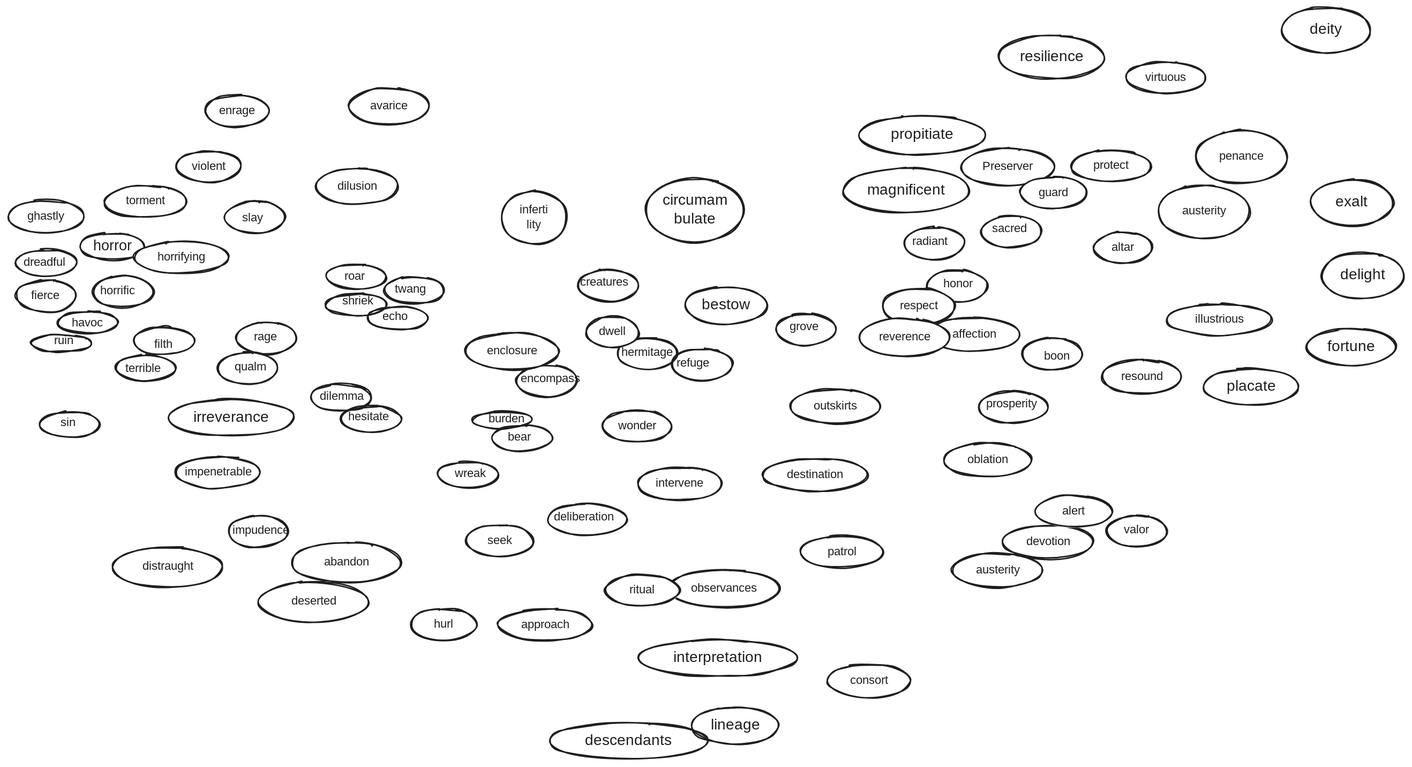
Earlier version of the Excalidraw export assets/ramayana/excalidraws/words.excalidraw.svg (samratkar/samratkar.github.io). Source tidied: one line per element, renumbered; positions are measured from the earlier drawing's top-left corner, leaving out a move shared by most shapes.
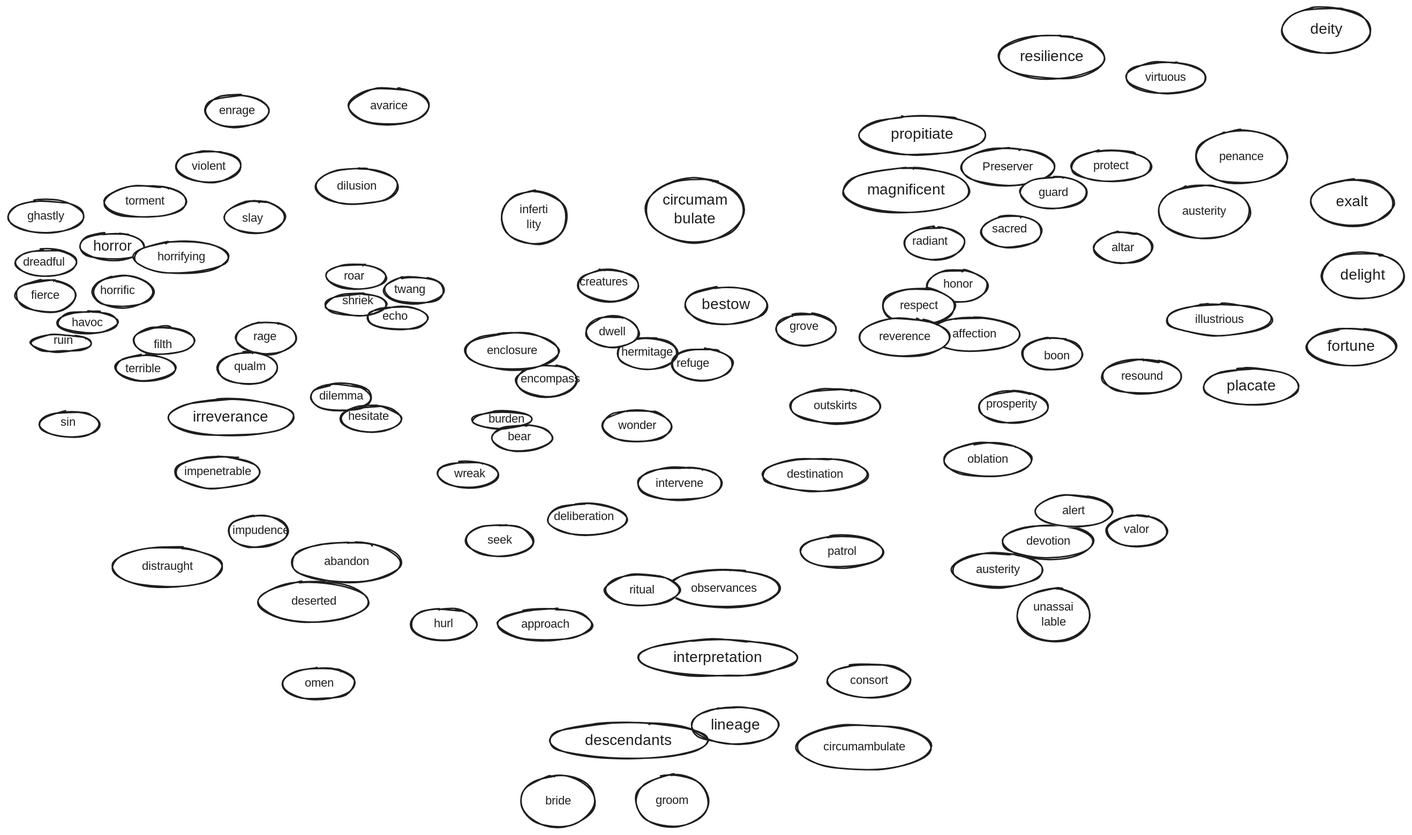
The same diagram one commit later.

The edit, as a diff of the source:
```diff
@@ -176,3 +176,13 @@
 {"id": 175, "type": "text", "text": "deity", "strokeColor": "#1e1e1e", "strokeWidth": 2, "roughness": 1, "fontSize": 20, "fontFamily": 5, "textAlign": "center", "verticalAlign": "middle", "inside": 174, "x": 1734, "y": 17, "width": 49, "height": 25}
 {"id": 176, "type": "ellipse", "strokeColor": "#1e1e1e", "strokeWidth": 2, "roughness": 1, "round": true, "x": 851, "y": 228, "width": 131, "height": 85}
 {"id": 177, "type": "text", "text": "circumam\nbulate", "strokeColor": "#1e1e1e", "strokeWidth": 2, "roughness": 1, "fontSize": 20, "fontFamily": 5, "textAlign": "center", "verticalAlign": "middle", "inside": 176, "x": 875, "y": 245, "width": 82, "height": 50}
+{"id": 178, "type": "ellipse", "strokeColor": "#1e1e1e", "strokeWidth": 2, "roughness": 1, "round": true, "x": 685, "y": 1024, "width": 98, "height": 70}
+{"id": 179, "type": "text", "text": "bride", "strokeColor": "#1e1e1e", "strokeWidth": 2, "roughness": 1, "fontSize": 16, "fontFamily": 5, "textAlign": "center", "verticalAlign": "middle", "inside": 178, "x": 715, "y": 1048, "width": 38, "height": 20}
+{"id": 180, "type": "ellipse", "strokeColor": "#1e1e1e", "strokeWidth": 2, "roughness": 1, "round": true, "x": 837, "y": 1023, "width": 98, "height": 70}
+{"id": 181, "type": "text", "text": "groom", "strokeColor": "#1e1e1e", "strokeWidth": 2, "roughness": 1, "fontSize": 16, "fontFamily": 5, "textAlign": "center", "verticalAlign": "middle", "inside": 180, "x": 863, "y": 1048, "width": 45, "height": 20}
+{"id": 182, "type": "ellipse", "strokeColor": "#1e1e1e", "strokeWidth": 2, "roughness": 1, "round": true, "x": 1053, "y": 957, "width": 179, "height": 60}
+{"id": 183, "type": "text", "text": "circumambulate", "strokeColor": "#1e1e1e", "strokeWidth": 2, "roughness": 1, "fontSize": 16, "fontFamily": 5, "textAlign": "center", "verticalAlign": "middle", "inside": 182, "x": 1085, "y": 976, "width": 114, "height": 20}
+{"id": 184, "type": "ellipse", "strokeColor": "#1e1e1e", "strokeWidth": 2, "roughness": 1, "round": true, "x": 368, "y": 881, "width": 96, "height": 42}
+{"id": 185, "type": "text", "text": "omen", "strokeColor": "#1e1e1e", "strokeWidth": 2, "roughness": 1, "fontSize": 16, "fontFamily": 5, "textAlign": "center", "verticalAlign": "middle", "inside": 184, "x": 397, "y": 892, "width": 37, "height": 20}
+{"id": 186, "type": "ellipse", "strokeColor": "#1e1e1e", "strokeWidth": 2, "roughness": 1, "round": true, "x": 1346, "y": 775, "width": 98, "height": 71}
+{"id": 187, "type": "text", "text": "unassai\nlable", "strokeColor": "#1e1e1e", "strokeWidth": 2, "roughness": 1, "fontSize": 16, "fontFamily": 5, "textAlign": "center", "verticalAlign": "middle", "inside": 186, "x": 1366, "y": 790, "width": 57, "height": 40}
```
